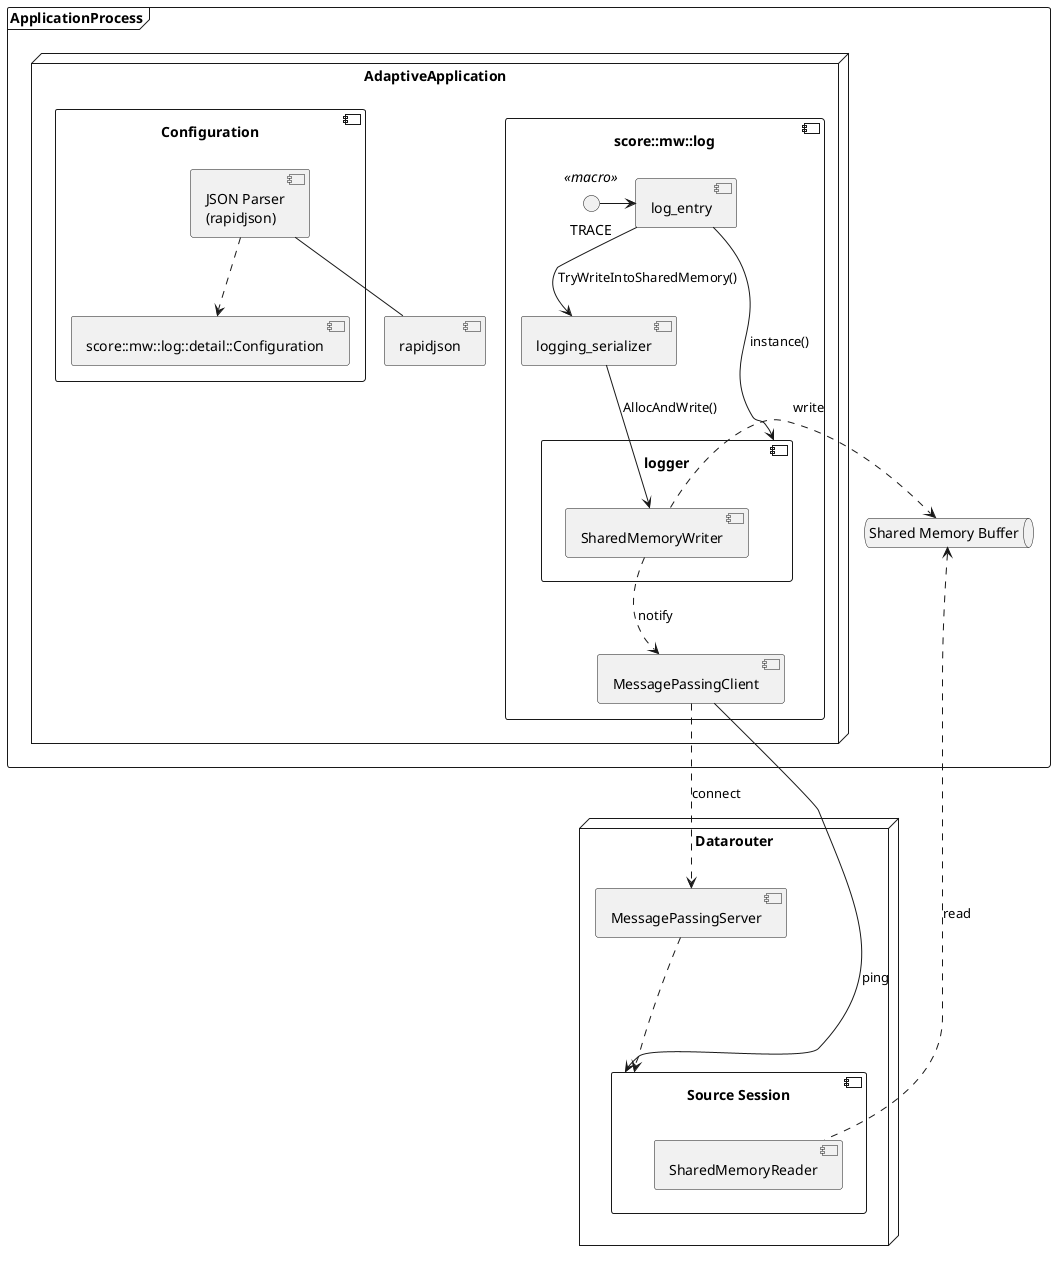
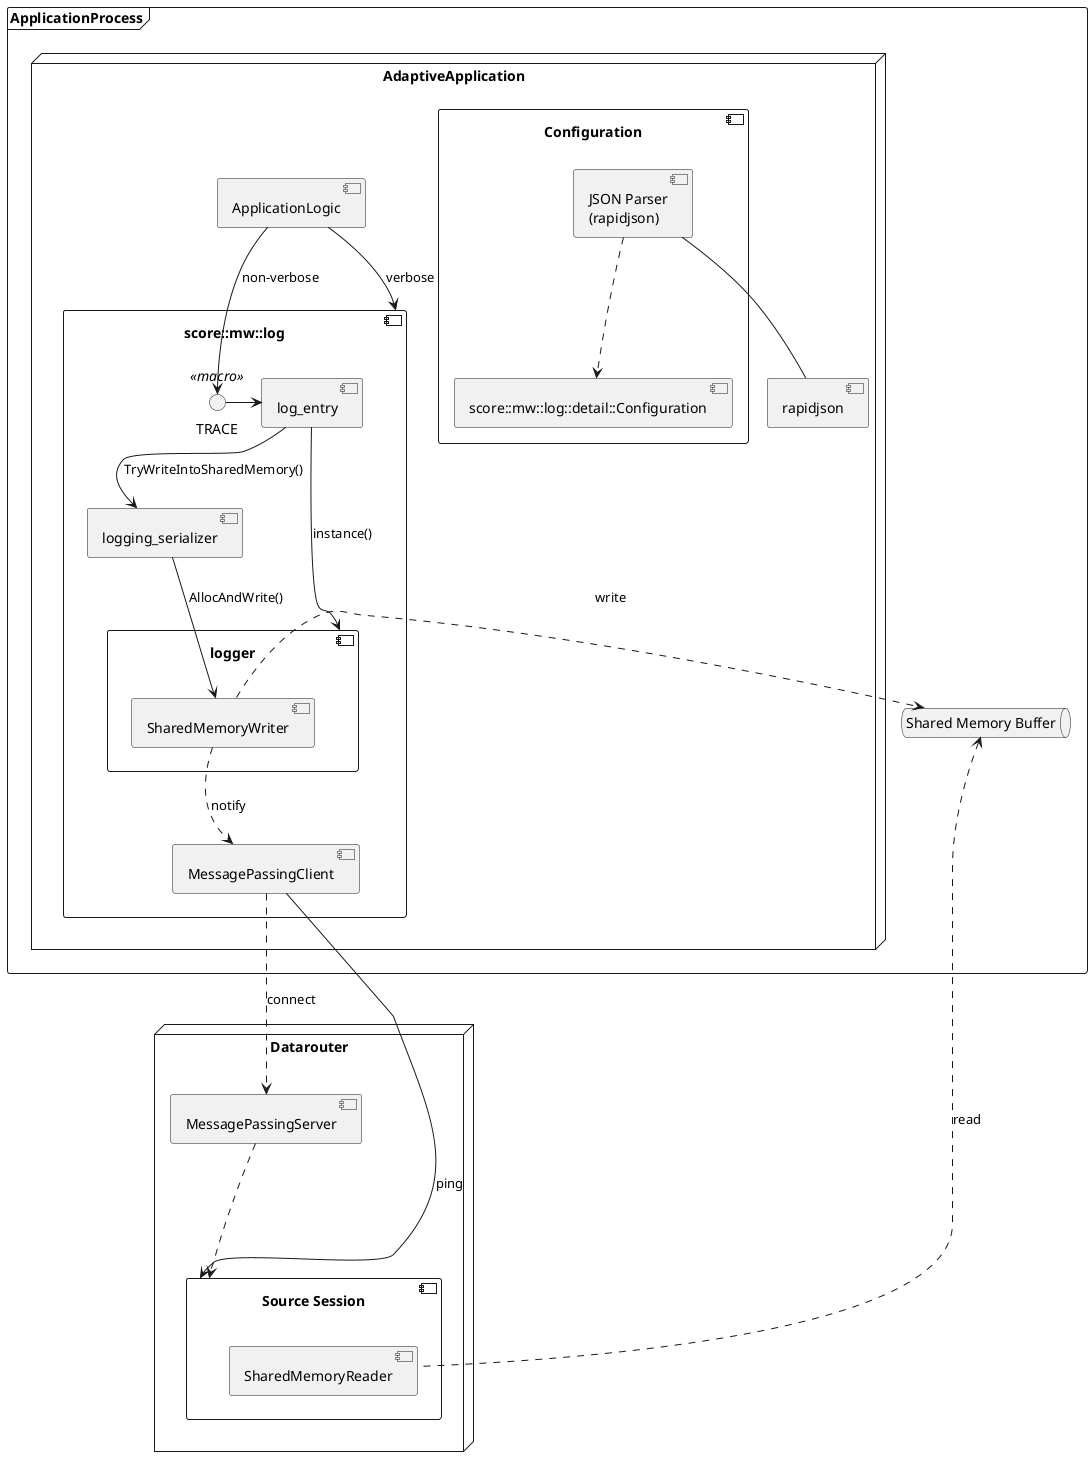
@startuml

frame ApplicationProcess {
  node AdaptiveApplication {
+     component ApplicationLogic
    component "score::mw::log" {
      component log_entry
      component "logging_serializer" as serializer
      component logger {
        component SharedMemoryWriter
      }

      component MessagePassingClient
      SharedMemoryWriter ..> MessagePassingClient : notify

      interface TRACE <<macro>>

      TRACE -> log_entry
      log_entry --> serializer : TryWriteIntoSharedMemory()
      serializer --> SharedMemoryWriter : AllocAndWrite()
      log_entry --> logger : instance()

    }

    component "Configuration" {
      component "score::mw::log::detail::Configuration" as LogConfig
      component "JSON Parser\n(rapidjson)" as ConfigReader
    }

    component rapidjson
    ConfigReader ..> LogConfig
    ConfigReader -- rapidjson
+ 
+     ApplicationLogic --> "score::mw::log" : verbose
+     ApplicationLogic --> TRACE : non-verbose
  }

  queue "Shared Memory Buffer" as RB
}

node "Datarouter"{
  component MessagePassingServer
  component "Source Session" as session {
    component SharedMemoryReader
  }

  MessagePassingServer ...> session
}

MessagePassingClient ..> MessagePassingServer: connect
MessagePassingClient -> session: ping

SharedMemoryWriter .> RB : write
RB <. SharedMemoryReader : read

@enduml
